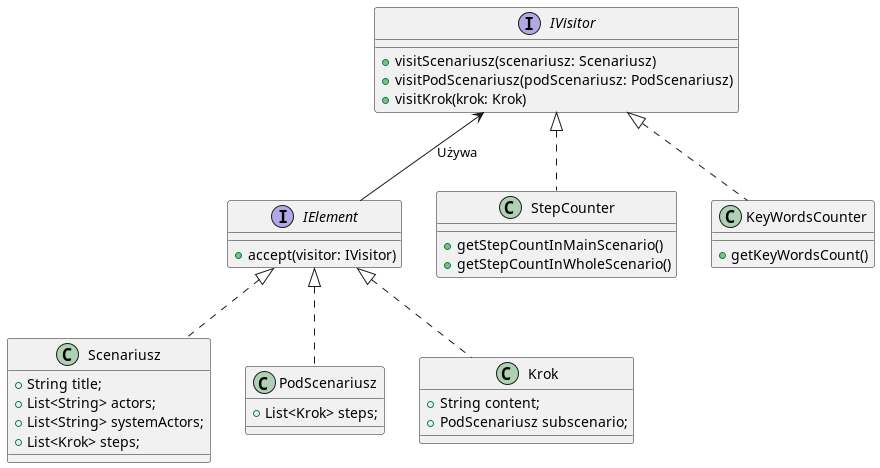
Above: src/main/resources/PoglądoweUML.png in Mlynek4/ScenarioQualityChecker (PlantUML), before the change.
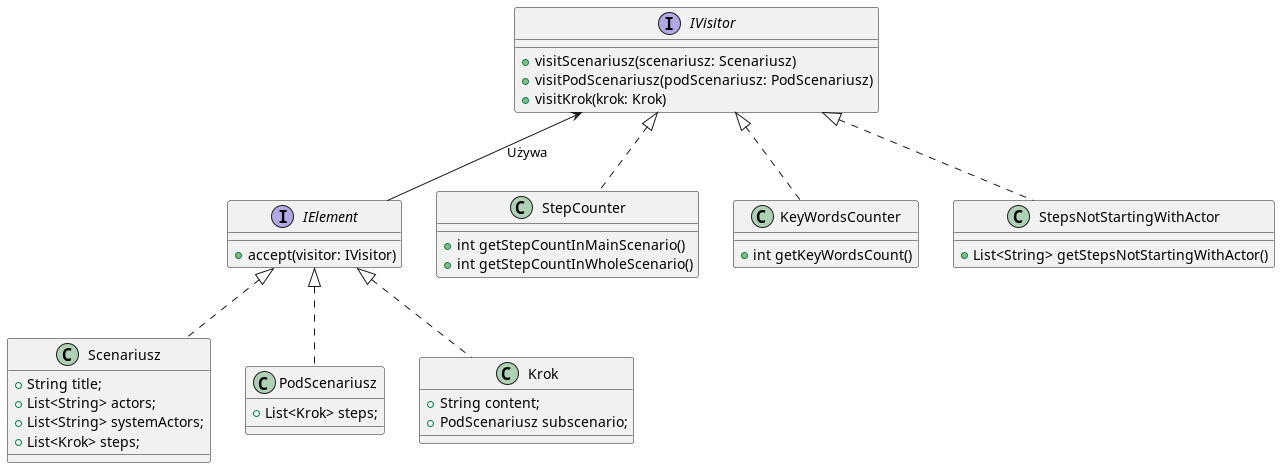
The same diagram one commit later.

Change to the diagram source:
```diff
@@ -26,11 +26,15 @@
 }
 
 class StepCounter implements IVisitor {
-    + getStepCountInMainScenario()
-    + getStepCountInWholeScenario()
+    + int getStepCountInMainScenario()
+    + int getStepCountInWholeScenario()
 }
 class KeyWordsCounter implements IVisitor {
-    + getKeyWordsCount()
+    + int getKeyWordsCount()
+}
+
+class StepsNotStartingWithActor implements IVisitor {
+    + List<String> getStepsNotStartingWithActor()
 }
 
 IVisitor <-- IElement : "Używa"
```
